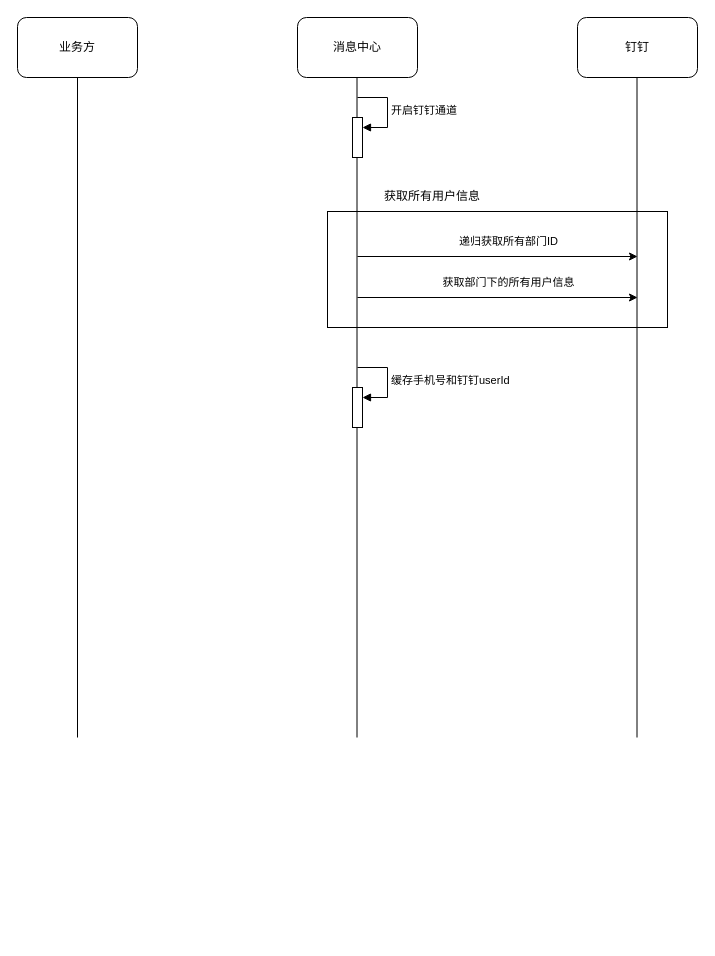
Above: 消息中心接入钉钉流程图.drawio in buff0000/draw.io (draw.io), before the change. Source tidied: cells renumbered, new cells numbered last; positions are measured from the earlier drawing's top-left corner, leaving out a move shared by most shapes. Both pictures are drawn from the tidied source at 100%, with x=0, y=0 at pixel (17, 17).
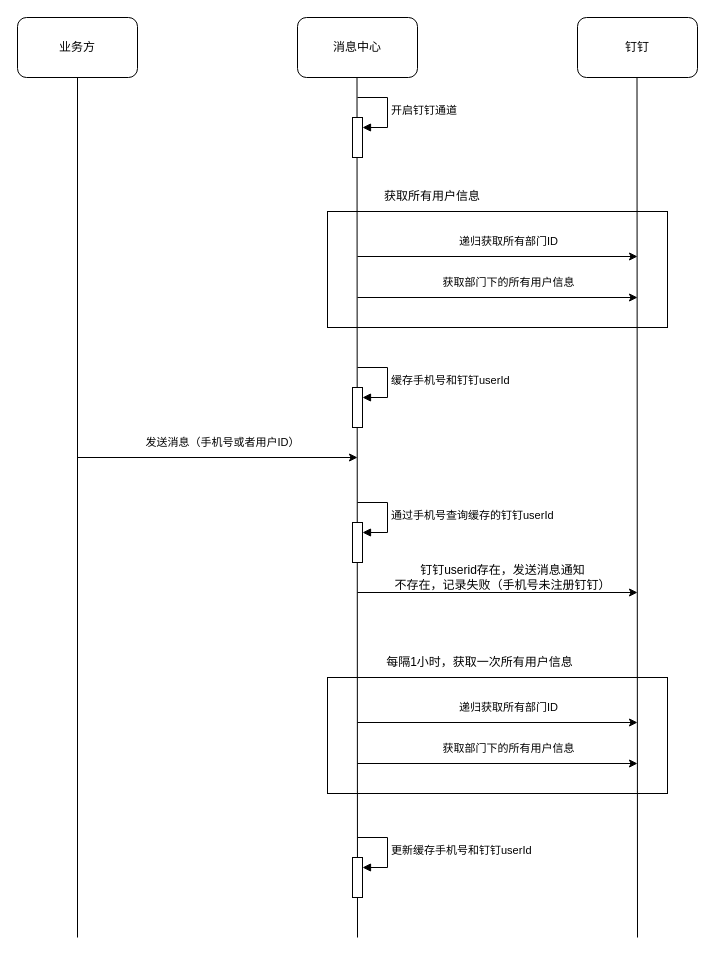
The same page after the edit.

Commit message (it also covers changes not shown here):
更新消息中心接入钉钉流程图.drawio

Unchanged cells that the change refers to:
```xml
<mxCell id="15" style="html=1;points=[[0,0,0,0,5],[0,1,0,0,-5],[1,0,0,0,5],[1,1,0,0,-5]];perimeter=orthogonalPerimeter;outlineConnect=0;targetShapes=umlLifeline;portConstraint=eastwest;newEdgeStyle={&quot;curved&quot;:0,&quot;rounded&quot;:0};" parent="1" vertex="1">
  <mxGeometry x="335" y="370" width="10" height="40" as="geometry" />
</mxCell>
```

The edit, as a diff of the source:
```diff
@@
+    <mxCell id="18" style="rounded=0;whiteSpace=wrap;html=1;" parent="1" vertex="1">
+      <mxGeometry x="310" y="660" width="340" height="116" as="geometry" />
+    </mxCell>
+    <mxCell id="19" style="endArrow=classic;html=1;rounded=0;" parent="1" edge="1">
+      <mxGeometry relative="1" as="geometry">
+        <mxPoint x="340" y="705" as="sourcePoint" />
+        <mxPoint x="620" y="705" as="targetPoint" />
+      </mxGeometry>
+    </mxCell>
+    <mxCell id="20" value="&lt;font style=&quot;font-size: 11px;&quot;&gt;递归获取所有部门ID&lt;/font&gt;" style="text;html=1;align=center;verticalAlign=middle;strokeColor=none;fillColor=none;" parent="1" vertex="1">
+      <mxGeometry x="426" y="675" width="130" height="30" as="geometry" />
+    </mxCell>
+    <mxCell id="21" style="endArrow=classic;html=1;rounded=0;" parent="1" edge="1">
+      <mxGeometry relative="1" as="geometry">
+        <mxPoint x="340" y="746" as="sourcePoint" />
+        <mxPoint x="620" y="746" as="targetPoint" />
+      </mxGeometry>
+    </mxCell>
+    <mxCell id="22" value="&lt;font style=&quot;font-size: 11px;&quot;&gt;获取部门下的所有用户信息&lt;/font&gt;" style="text;html=1;align=center;verticalAlign=middle;strokeColor=none;fillColor=none;" parent="1" vertex="1">
+      <mxGeometry x="406" y="716" width="170" height="30" as="geometry" />
+    </mxCell>
@@
     <mxCell id="6" style="endArrow=none;html=1;rounded=0;" parent="1" edge="1">
       <mxGeometry relative="1" as="geometry">
-        <mxPoint x="60" y="720" as="sourcePoint" />
+        <mxPoint x="60" y="920" as="sourcePoint" />
         <mxPoint x="60" y="60" as="targetPoint" />
       </mxGeometry>
     </mxCell>
     <mxCell id="7" style="endArrow=none;html=1;rounded=0;" parent="1" edge="1">
       <mxGeometry relative="1" as="geometry">
-        <mxPoint x="339.5" y="720" as="sourcePoint" />
+        <mxPoint x="340" y="920" as="sourcePoint" />
         <mxPoint x="339.5" y="60" as="targetPoint" />
       </mxGeometry>
     </mxCell>
     <mxCell id="8" style="endArrow=none;html=1;rounded=0;" parent="1" edge="1">
       <mxGeometry relative="1" as="geometry">
-        <mxPoint x="619.5" y="720" as="sourcePoint" />
+        <mxPoint x="620" y="920" as="sourcePoint" />
         <mxPoint x="619.5" y="60" as="targetPoint" />
       </mxGeometry>
     </mxCell>
@@
     <mxCell id="16" value="缓存手机号和钉钉userId" style="html=1;align=left;spacingLeft=2;endArrow=block;rounded=0;edgeStyle=orthogonalEdgeStyle;curved=0;rounded=0;" parent="1" edge="1" target="15">
-      <mxGeometry relative="1" as="geometry">
+      <mxGeometry x="0.01" relative="1" as="geometry">
         <mxPoint x="340" y="350" as="sourcePoint" />
         <Array as="points">
           <mxPoint x="370" y="380" />
         </Array>
       </mxGeometry>
     </mxCell>
@@
+    <mxCell id="23" style="endArrow=classic;html=1;rounded=0;" parent="1" edge="1">
+      <mxGeometry relative="1" as="geometry">
+        <mxPoint x="60" y="440" as="sourcePoint" />
+        <mxPoint x="340" y="440" as="targetPoint" />
+      </mxGeometry>
+    </mxCell>
+    <mxCell id="24" value="&lt;font style=&quot;font-size: 11px;&quot;&gt;发送消息（手机号或者用户ID）&lt;/font&gt;" style="text;html=1;align=center;verticalAlign=middle;strokeColor=none;fillColor=none;" parent="1" vertex="1">
+      <mxGeometry x="110" y="410" width="190" height="30" as="geometry" />
+    </mxCell>
+    <mxCell id="25" style="html=1;points=[[0,0,0,0,5],[0,1,0,0,-5],[1,0,0,0,5],[1,1,0,0,-5]];perimeter=orthogonalPerimeter;outlineConnect=0;targetShapes=umlLifeline;portConstraint=eastwest;newEdgeStyle={&quot;curved&quot;:0,&quot;rounded&quot;:0};" parent="1" vertex="1">
+      <mxGeometry x="335" y="505" width="10" height="40" as="geometry" />
+    </mxCell>
+    <mxCell id="26" value="通过手机号查询缓存的钉钉userId" style="html=1;align=left;spacingLeft=2;endArrow=block;rounded=0;edgeStyle=orthogonalEdgeStyle;curved=0;rounded=0;" parent="1" edge="1" target="25">
+      <mxGeometry relative="1" as="geometry">
+        <mxPoint x="340" y="485" as="sourcePoint" />
+        <Array as="points">
+          <mxPoint x="370" y="515" />
+        </Array>
+      </mxGeometry>
+    </mxCell>
+    <mxCell id="27" style="endArrow=classic;html=1;rounded=0;" parent="1" edge="1">
+      <mxGeometry relative="1" as="geometry">
+        <mxPoint x="340" y="575" as="sourcePoint" />
+        <mxPoint x="620" y="575" as="targetPoint" />
+      </mxGeometry>
+    </mxCell>
+    <mxCell id="28" value="&lt;font style=&quot;font-size: 12px;&quot;&gt;钉钉userid存在，发送消息通知&lt;br&gt;不存在，记录失败（手机号未注册钉钉）&lt;br&gt;&lt;/font&gt;" style="text;html=1;align=center;verticalAlign=middle;strokeColor=none;fillColor=none;" parent="1" vertex="1">
+      <mxGeometry x="365" y="540" width="240" height="40" as="geometry" />
+    </mxCell>
+    <mxCell id="29" value="每隔1小时，获取一次所有用户信息" style="text;html=1;strokeColor=none;fillColor=none;align=center;verticalAlign=middle;whiteSpace=wrap;rounded=0;" parent="1" vertex="1">
+      <mxGeometry x="345" y="630" width="235" height="30" as="geometry" />
+    </mxCell>
+    <mxCell id="30" style="html=1;points=[[0,0,0,0,5],[0,1,0,0,-5],[1,0,0,0,5],[1,1,0,0,-5]];perimeter=orthogonalPerimeter;outlineConnect=0;targetShapes=umlLifeline;portConstraint=eastwest;newEdgeStyle={&quot;curved&quot;:0,&quot;rounded&quot;:0};" parent="1" vertex="1">
+      <mxGeometry x="335" y="840" width="10" height="40" as="geometry" />
+    </mxCell>
+    <mxCell id="31" value="更新缓存手机号和钉钉userId" style="html=1;align=left;spacingLeft=2;endArrow=block;rounded=0;edgeStyle=orthogonalEdgeStyle;curved=0;rounded=0;" parent="1" edge="1" target="30">
+      <mxGeometry relative="1" as="geometry">
+        <mxPoint x="340" y="820" as="sourcePoint" />
+        <Array as="points">
+          <mxPoint x="370" y="850" />
+        </Array>
+      </mxGeometry>
+    </mxCell>
```
